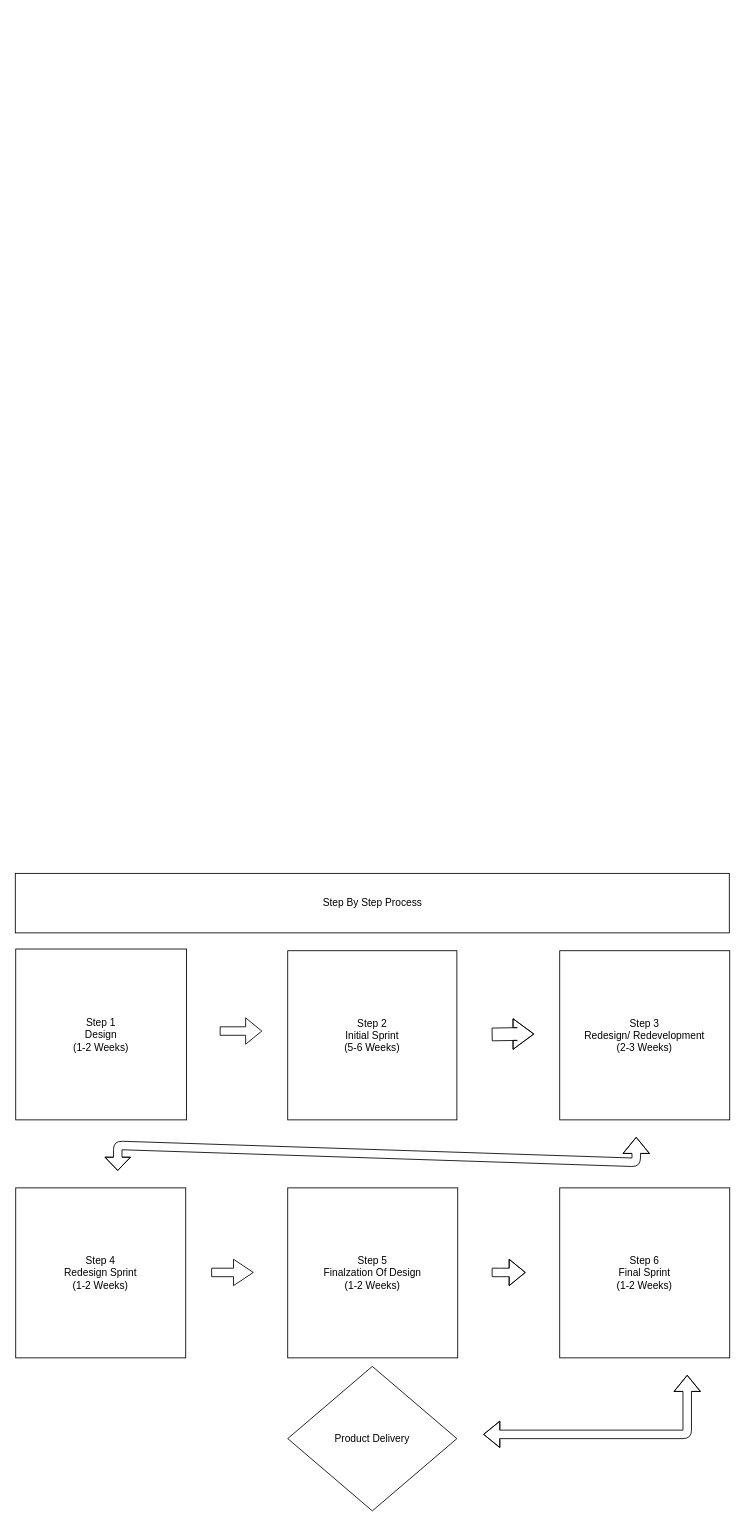
DeanWilcoxson/BusinessWebsite keeps this draw.io diagram as Frontend/src/Wireframes/StepOutline.drawio. Above is the earlier version. Source tidied: cells renumbered, new cells numbered last; positions are measured from the earlier drawing's top-left corner, leaving out a move shared by most shapes. Both pictures are drawn from the tidied source at 85%, with x=0, y=0 at pixel (15, 873).
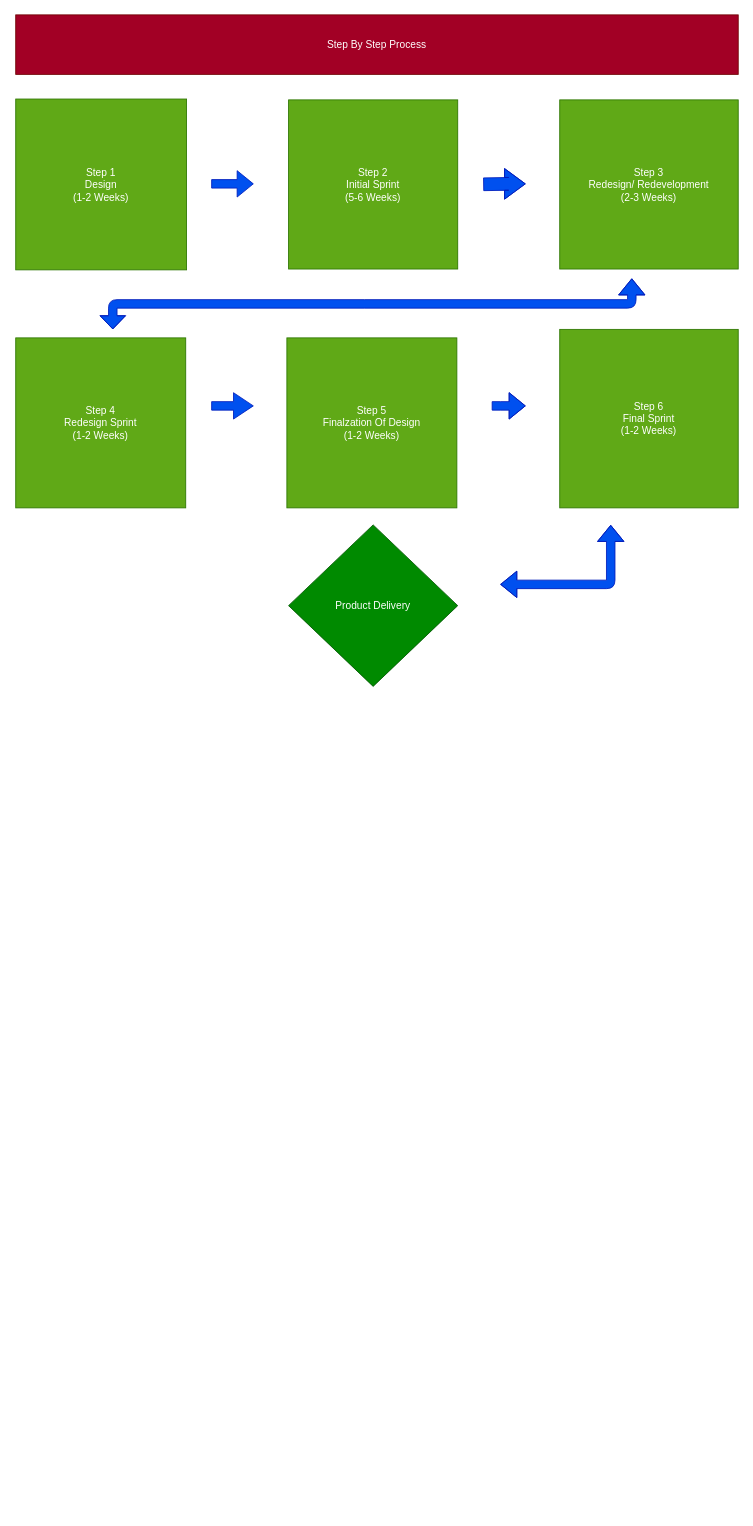
After the change.

Commit message (it also covers changes not shown here):
Coloring Wireframe By Component

What changed in the source:
```diff
@@
-    <mxCell id="2" value="Step 1&lt;br&gt;Design &lt;br&gt;(1-2 Weeks)" style="whiteSpace=wrap;html=1;" parent="1" vertex="1">
-      <mxGeometry y="89" width="201" height="201" as="geometry" />
+    <mxCell id="2" value="Step 1&lt;br&gt;Design &lt;br&gt;(1-2 Weeks)" style="whiteSpace=wrap;html=1;fillColor=#60a917;fontColor=#ffffff;strokeColor=#2D7600;" parent="1" vertex="1">
+      <mxGeometry y="-911" width="201" height="201" as="geometry" />
     </mxCell>
-    <mxCell id="3" value="Step 2&lt;br&gt;Initial Sprint &lt;br&gt;(5-6 Weeks)" style="whiteSpace=wrap;html=1;" parent="1" vertex="1">
-      <mxGeometry x="320" y="91" width="199" height="199" as="geometry" />
+    <mxCell id="3" value="Step 2&lt;br&gt;Initial Sprint &lt;br&gt;(5-6 Weeks)" style="whiteSpace=wrap;html=1;fillColor=#60a917;fontColor=#ffffff;strokeColor=#2D7600;" parent="1" vertex="1">
+      <mxGeometry x="321" y="-910" width="199" height="199" as="geometry" />
     </mxCell>
-    <mxCell id="4" style="shape=flexArrow;endArrow=classic;html=1;" parent="1" edge="1">
+    <mxCell id="4" style="shape=flexArrow;endArrow=classic;html=1;fillColor=#0050ef;strokeColor=#001DBC;" parent="1" edge="1">
       <mxGeometry relative="1" as="geometry">
-        <mxPoint x="240" y="185.5" as="sourcePoint" />
-        <mxPoint x="290" y="185.5" as="targetPoint" />
+        <mxPoint x="230" y="-811.2" as="sourcePoint" />
+        <mxPoint x="280" y="-811.2" as="targetPoint" />
       </mxGeometry>
     </mxCell>
-    <mxCell id="5" style="shape=flexArrow;endArrow=classic;html=1;width=15;endSize=7.81;" parent="1" edge="1">
+    <mxCell id="5" style="shape=flexArrow;endArrow=classic;html=1;width=15;endSize=7.81;fillColor=#0050ef;strokeColor=#001DBC;" parent="1" edge="1">
       <mxGeometry relative="1" as="geometry">
-        <mxPoint x="560" y="189.5" as="sourcePoint" />
-        <mxPoint x="610" y="189" as="targetPoint" />
+        <mxPoint x="550" y="-810.7" as="sourcePoint" />
+        <mxPoint x="600" y="-811.2" as="targetPoint" />
         <Array as="points">
-          <mxPoint x="590" y="189" />
+          <mxPoint x="580" y="-811.2" />
         </Array>
       </mxGeometry>
     </mxCell>
-    <mxCell id="6" value="Step 3 &lt;br&gt;Redesign/ Redevelopment&lt;br&gt;(2-3 Weeks)" style="rounded=0;whiteSpace=wrap;html=1;" parent="1" vertex="1">
-      <mxGeometry x="640" y="91" width="200" height="199" as="geometry" />
+    <mxCell id="6" value="Step 3 &lt;br&gt;Redesign/ Redevelopment&lt;br&gt;(2-3 Weeks)" style="rounded=0;whiteSpace=wrap;html=1;fillColor=#60a917;fontColor=#ffffff;strokeColor=#2D7600;" parent="1" vertex="1">
+      <mxGeometry x="640" y="-910" width="210" height="199" as="geometry" />
     </mxCell>
-    <mxCell id="7" style="shape=flexArrow;endArrow=classic;startArrow=classic;html=1;startWidth=19;startSize=4.86;" parent="1" edge="1">
+    <mxCell id="7" style="shape=flexArrow;endArrow=classic;startArrow=classic;html=1;startWidth=19;startSize=4.86;fillColor=#0050ef;strokeColor=#001DBC;" parent="1" edge="1">
       <mxGeometry relative="1" as="geometry">
-        <mxPoint x="120" y="350" as="sourcePoint" />
-        <mxPoint x="730" y="310" as="targetPoint" />
+        <mxPoint x="114.2" y="-640" as="sourcePoint" />
+        <mxPoint x="724.8" y="-700" as="targetPoint" />
         <Array as="points">
-          <mxPoint x="120" y="320" />
-          <mxPoint x="730" y="340" />
+          <mxPoint x="114.2" y="-670" />
+          <mxPoint x="410" y="-670" />
+          <mxPoint x="724.8" y="-670" />
         </Array>
       </mxGeometry>
     </mxCell>
-    <mxCell id="8" value="Step 4&lt;br&gt;Redesign Sprint&lt;br&gt;(1-2 Weeks)" style="whiteSpace=wrap;html=1;" parent="1" vertex="1">
-      <mxGeometry y="370" width="200" height="200" as="geometry" />
+    <mxCell id="8" value="Step 4&lt;br&gt;Redesign Sprint&lt;br&gt;(1-2 Weeks)" style="whiteSpace=wrap;html=1;fillColor=#60a917;fontColor=#ffffff;strokeColor=#2D7600;" parent="1" vertex="1">
+      <mxGeometry y="-630" width="200" height="200" as="geometry" />
     </mxCell>
-    <mxCell id="9" style="shape=flexArrow;endArrow=classic;html=1;width=10;endSize=7.43;" parent="1" edge="1">
+    <mxCell id="9" style="shape=flexArrow;endArrow=classic;html=1;width=10;endSize=7.43;fillColor=#0050ef;strokeColor=#001DBC;" parent="1" edge="1">
       <mxGeometry relative="1" as="geometry">
-        <mxPoint x="230" y="469.5" as="sourcePoint" />
-        <mxPoint x="280" y="469.5" as="targetPoint" />
+        <mxPoint x="230" y="-550" as="sourcePoint" />
+        <mxPoint x="280" y="-550" as="targetPoint" />
       </mxGeometry>
     </mxCell>
-    <mxCell id="10" value="&lt;span&gt;Step 5&lt;/span&gt;&lt;br&gt;&lt;span&gt;Finalzation Of Design&lt;/span&gt;&lt;br&gt;&lt;span&gt;(1-2 Weeks)&lt;/span&gt;" style="whiteSpace=wrap;html=1;" parent="1" vertex="1">
-      <mxGeometry x="320" y="370" width="200" height="200" as="geometry" />
+    <mxCell id="10" value="&lt;span&gt;Step 5&lt;/span&gt;&lt;br&gt;&lt;span&gt;Finalzation Of Design&lt;/span&gt;&lt;br&gt;&lt;span&gt;(1-2 Weeks)&lt;/span&gt;" style="whiteSpace=wrap;html=1;fillColor=#60a917;fontColor=#ffffff;strokeColor=#2D7600;" parent="1" vertex="1">
+      <mxGeometry x="319" y="-630" width="200" height="200" as="geometry" />
     </mxCell>
-    <mxCell id="11" style="shape=flexArrow;endArrow=classic;html=1;" parent="1" edge="1">
+    <mxCell id="11" style="shape=flexArrow;endArrow=classic;html=1;fillColor=#0050ef;strokeColor=#001DBC;" parent="1" edge="1">
       <mxGeometry relative="1" as="geometry">
-        <mxPoint x="560" y="469.5" as="sourcePoint" />
-        <mxPoint x="600" y="469.5" as="targetPoint" />
+        <mxPoint x="560" y="-550" as="sourcePoint" />
+        <mxPoint x="600" y="-550" as="targetPoint" />
         <Array as="points">
-          <mxPoint x="570" y="469.5" />
+          <mxPoint x="570" y="-550" />
         </Array>
       </mxGeometry>
     </mxCell>
-    <mxCell id="12" value="Step 6&lt;br&gt;Final Sprint&lt;br&gt;(1-2 Weeks)" style="whiteSpace=wrap;html=1;" parent="1" vertex="1">
-      <mxGeometry x="640" y="370" width="200" height="200" as="geometry" />
+    <mxCell id="12" value="Step 6&lt;br&gt;Final Sprint&lt;br&gt;(1-2 Weeks)" style="whiteSpace=wrap;html=1;fillColor=#60a917;fontColor=#ffffff;strokeColor=#2D7600;" parent="1" vertex="1">
+      <mxGeometry x="640" y="-640" width="210" height="210" as="geometry" />
     </mxCell>
-    <mxCell id="13" style="shape=flexArrow;endArrow=classic;startArrow=classic;html=1;" parent="1" edge="1">
+    <mxCell id="13" style="shape=flexArrow;endArrow=classic;startArrow=classic;html=1;fillColor=#0050ef;strokeColor=#001DBC;" parent="1" edge="1">
       <mxGeometry relative="1" as="geometry">
-        <mxPoint x="550" y="660" as="sourcePoint" />
-        <mxPoint x="790" y="590" as="targetPoint" />
+        <mxPoint x="570" y="-340" as="sourcePoint" />
+        <mxPoint x="700" y="-410" as="targetPoint" />
         <Array as="points">
-          <mxPoint x="790" y="660" />
+          <mxPoint x="700" y="-340" />
         </Array>
       </mxGeometry>
     </mxCell>
-    <mxCell id="14" value="Product Delivery" style="rhombus;whiteSpace=wrap;html=1;" parent="1" vertex="1">
-      <mxGeometry x="320" y="580" width="199" height="170" as="geometry" />
+    <mxCell id="14" value="Product Delivery" style="rhombus;whiteSpace=wrap;html=1;fillColor=#008a00;fontColor=#ffffff;strokeColor=#005700;" parent="1" vertex="1">
+      <mxGeometry x="321" y="-410" width="199" height="190" as="geometry" />
     </mxCell>
-    <mxCell id="15" value="Step By Step Process" style="rounded=0;whiteSpace=wrap;html=1;" parent="1" vertex="1">
-      <mxGeometry x="-0.5" width="840" height="70" as="geometry" />
+    <mxCell id="15" value="Step By Step Process" style="rounded=0;whiteSpace=wrap;html=1;fillColor=#a20025;fontColor=#ffffff;strokeColor=#6F0000;" parent="1" vertex="1">
+      <mxGeometry y="-1010" width="850" height="70" as="geometry" />
     </mxCell>
```
